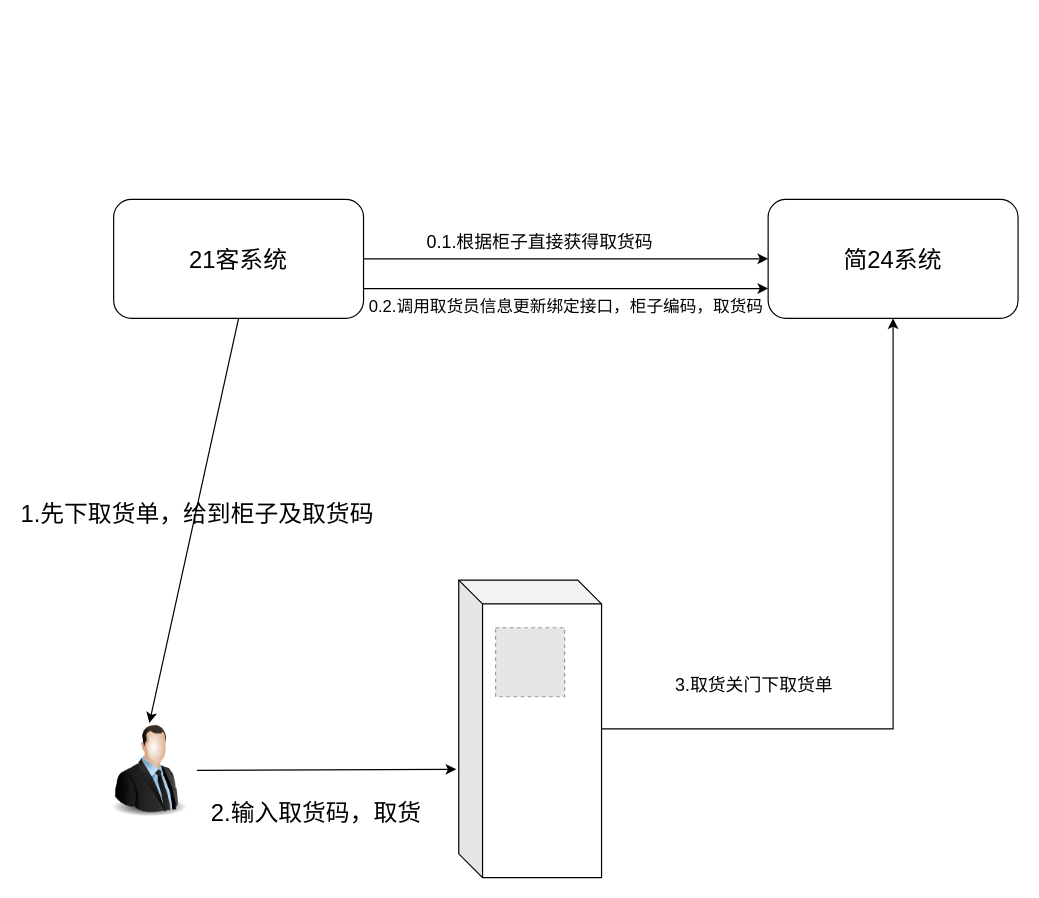
The draw.io diagram 21客取货系统流程逻辑图.drawio in TysonSir/draw.io, before the edit. Source tidied: cells renumbered, new cells numbered last; positions are measured from the earlier drawing's top-left corner, leaving out a move shared by most shapes. Both pictures are drawn from the tidied source at 119%, with x=0, y=0 at pixel (101, 199). Pictures stored in the file or linked from it are replaced by grey dashed boxes.
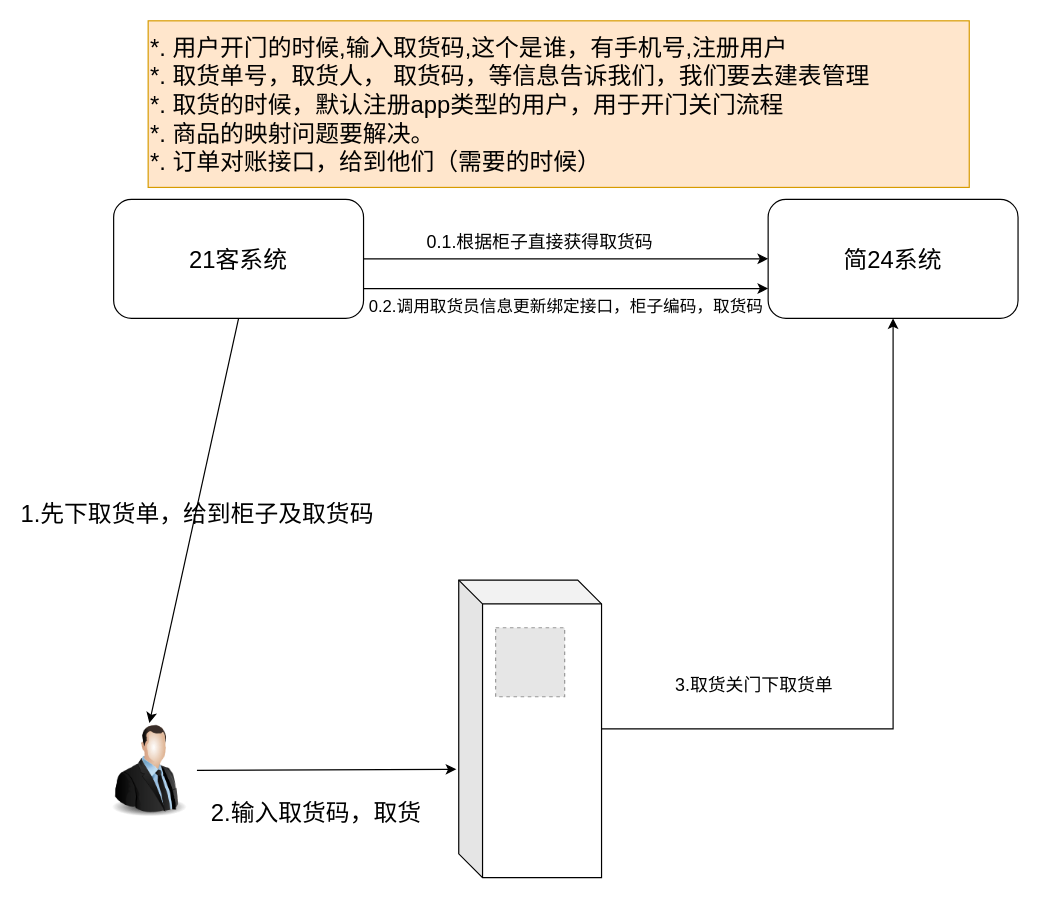
The same diagram, later.

Commit message:
Update 21客取货系统流程逻辑图.drawio

The edit, as a diff of the source:
```diff
@@
 <mxGraphModel>
   <root>
     <mxCell id="0" />
     <mxCell id="1" parent="0" />
     <mxCell id="2" style="edgeStyle=orthogonalEdgeStyle;rounded=0;jettySize=auto;html=1;entryX=0.5;entryY=1;entryDx=0;entryDy=0;labelBackgroundColor=none;fontSize=15;" parent="1" edge="1" source="3" target="6">
       <mxGeometry relative="1" as="geometry" />
     </mxCell>
     <mxCell id="3" style="shape=cube;whiteSpace=wrap;html=1;boundedLbl=1;backgroundOutline=1;darkOpacity=0.05;darkOpacity2=0.1;" parent="1" vertex="1">
       <mxGeometry x="300" y="320" width="120" height="250" as="geometry" />
     </mxCell>
     <mxCell id="4" style="fillColor=#E6E6E6;strokeColor=#999999;dashed=1;html=1;verticalAlign=top;verticalLabelPosition=bottom;labelBackgroundColor=#ffffff;" parent="1" vertex="1">
       <mxGeometry x="331" y="360" width="58" height="58" as="geometry" />
     </mxCell>
     <mxCell id="5" value="21客系统" style="rounded=1;whiteSpace=wrap;html=1;fontSize=20;" parent="1" vertex="1">
       <mxGeometry x="10" width="210" height="100" as="geometry" />
     </mxCell>
     <mxCell id="6" value="简24系统" style="rounded=1;whiteSpace=wrap;html=1;fontSize=20;" parent="1" vertex="1">
       <mxGeometry x="560" width="210" height="100" as="geometry" />
     </mxCell>
     <mxCell id="7" style="image;html=1;labelBackgroundColor=#ffffff;image=img/lib/clip_art/people/Suit_Man_128x128.png;fontSize=20;" parent="1" vertex="1">
       <mxGeometry y="440" width="80" height="80" as="geometry" />
     </mxCell>
     <mxCell id="8" value="&lt;br&gt;&lt;br&gt;&lt;span style=&quot;color: rgb(0 , 0 , 0) ; font-family: &amp;#34;helvetica&amp;#34; ; font-size: 20px ; font-style: normal ; font-weight: 400 ; letter-spacing: normal ; text-align: center ; text-indent: 0px ; text-transform: none ; word-spacing: 0px ; float: none ; display: inline&quot;&gt;1.先下取货单，给到柜子及取货码&lt;/span&gt;&lt;br&gt;" style="endArrow=classic;html=1;fontSize=20;exitX=0.5;exitY=1;exitDx=0;exitDy=0;labelBackgroundColor=none;entryX=0.5;entryY=0;entryDx=0;entryDy=0;" parent="1" edge="1" source="5" target="7">
       <mxGeometry x="-0.17" y="-4" relative="1" as="geometry" />
     </mxCell>
     <mxCell id="9" style="endArrow=classic;html=1;labelBackgroundColor=none;fontSize=20;" parent="1" edge="1" source="7">
       <mxGeometry relative="1" as="geometry">
         <mxPoint x="298" y="479" as="targetPoint" />
       </mxGeometry>
     </mxCell>
     <mxCell id="10" value="2.输入取货码，取货" style="text;html=1;align=center;verticalAlign=middle;fontSize=20;" parent="1" vertex="1">
       <mxGeometry x="85" y="500" width="190" height="30" as="geometry" />
     </mxCell>
     <mxCell id="11" style="endArrow=classic;html=1;labelBackgroundColor=none;fontSize=20;exitX=1;exitY=0.5;exitDx=0;exitDy=0;entryX=0;entryY=0.5;entryDx=0;entryDy=0;" parent="1" edge="1" source="5" target="6">
       <mxGeometry relative="1" as="geometry" />
     </mxCell>
     <mxCell id="12" value="0.1.根据柜子直接获得取货码" style="text;html=1;align=center;verticalAlign=middle;fontSize=15;" parent="1" vertex="1">
       <mxGeometry x="263" y="25" width="210" height="20" as="geometry" />
     </mxCell>
     <mxCell id="13" value="0.2.调用取货员信息更新绑定接口，柜子编码，取货码" style="text;html=1;align=center;verticalAlign=middle;fontSize=14;" parent="1" vertex="1">
       <mxGeometry x="215" y="80" width="350" height="20" as="geometry" />
     </mxCell>
     <mxCell id="14" style="endArrow=classic;html=1;labelBackgroundColor=none;fontSize=20;exitX=1;exitY=0.75;exitDx=0;exitDy=0;entryX=0;entryY=0.75;entryDx=0;entryDy=0;" parent="1" edge="1" source="5" target="6">
       <mxGeometry relative="1" as="geometry" />
     </mxCell>
     <mxCell id="15" value="3.取货关门下取货单" style="text;html=1;align=center;verticalAlign=middle;fontSize=15;" parent="1" vertex="1">
       <mxGeometry x="473" y="398" width="150" height="20" as="geometry" />
     </mxCell>
+    <mxCell id="16" value="&lt;font style=&quot;font-size: 20px&quot;&gt;*. 用户开门的时候,输入取货码,这个是谁，有手机号,注册用户&lt;br&gt;&lt;div&gt;&lt;span&gt;*. 取货单号，取货人， 取货码，等信息告诉我们，我们要去建表管理&lt;/span&gt;&lt;/div&gt;&lt;div&gt;&lt;span&gt;*. 取货的时候，默认注册app类型的用户，用于开门关门流程&lt;/span&gt;&lt;/div&gt;&lt;div&gt;&lt;span&gt;*. 商品的映射问题要解决。&lt;/span&gt;&lt;/div&gt;&lt;div&gt;&lt;span&gt;*. 订单对账接口，给到他们（需要的时候）&lt;/span&gt;&lt;/div&gt;&lt;/font&gt;" style="text;html=1;strokeColor=#d79b00;fillColor=#ffe6cc;align=left;verticalAlign=middle;whiteSpace=wrap;rounded=0;" parent="1" vertex="1">
+      <mxGeometry x="39" y="-150" width="690" height="140" as="geometry" />
+    </mxCell>
   </root>
 </mxGraphModel>
```
